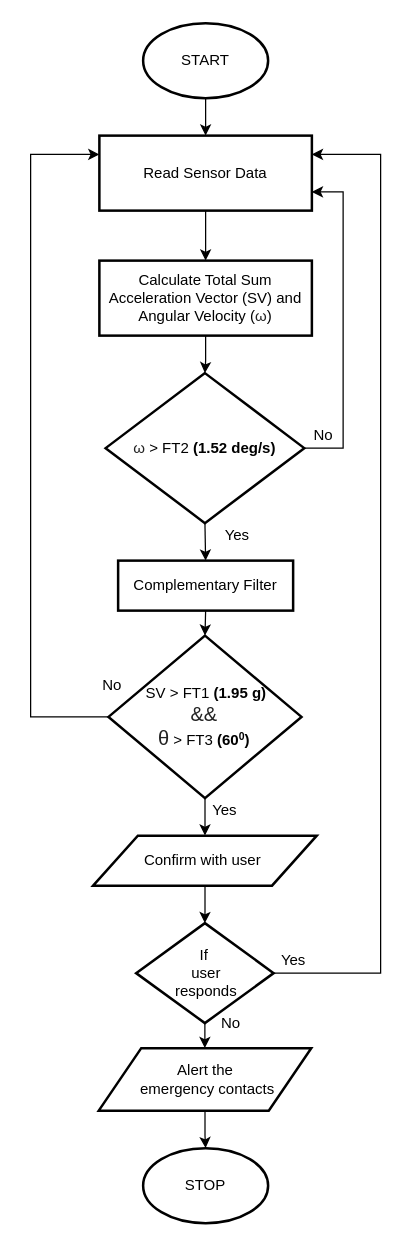
The draw.io diagram Documents/Design/Flowchart/Flowchart_v3.drawio in bhatvineeth/FallDetectionSystem, before the edit. Source tidied: cells renumbered, new cells numbered last; positions are measured from the earlier drawing's top-left corner, leaving out a move shared by most shapes. Both pictures are drawn from the tidied source at 125%, with x=0, y=0 at pixel (30, 22).
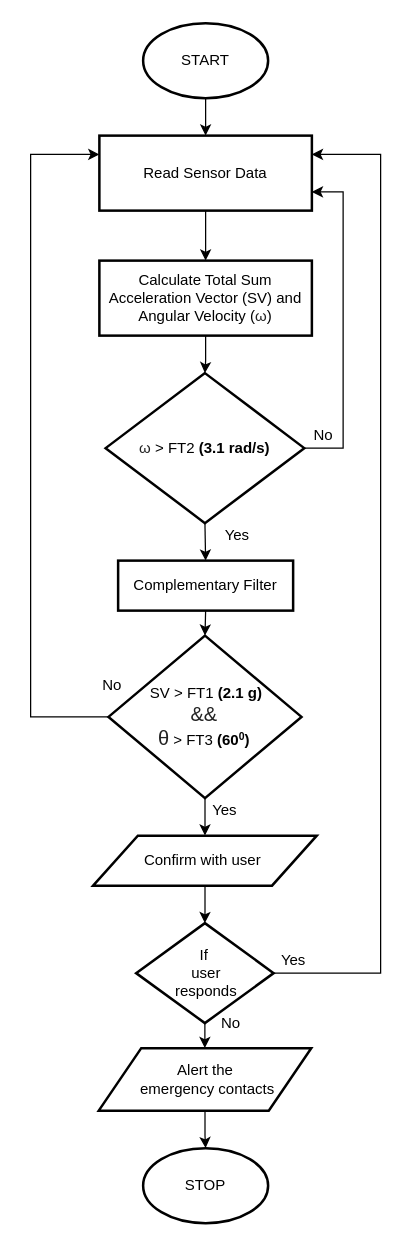
After the change.

What changed in the source:
```diff
@@
-    <mxCell id="9" value="&lt;font style=&quot;font-size: 12px&quot;&gt;&lt;span style=&quot;color: rgb(34 , 34 , 34) ; font-family: &amp;#34;arial&amp;#34; , sans-serif ; text-align: left ; background-color: rgb(255 , 255 , 255)&quot;&gt;ω&lt;/span&gt;&lt;span style=&quot;font-family: &amp;#34;helvetica&amp;#34;&quot;&gt;&amp;nbsp;&amp;gt; FT2&amp;nbsp;&lt;b&gt;(1.52 deg/s)&lt;/b&gt;&lt;/span&gt;&lt;/font&gt;" style="rhombus;whiteSpace=wrap;html=1;strokeWidth=2;" parent="1" vertex="1">
+    <mxCell id="9" value="&lt;font style=&quot;font-size: 12px&quot;&gt;&lt;span style=&quot;color: rgb(34 , 34 , 34) ; font-family: &amp;#34;arial&amp;#34; , sans-serif ; text-align: left ; background-color: rgb(255 , 255 , 255)&quot;&gt;ω&lt;/span&gt;&lt;span style=&quot;font-family: &amp;#34;helvetica&amp;#34;&quot;&gt;&amp;nbsp;&amp;gt; FT2&amp;nbsp;&lt;b&gt;(3.1 rad/s)&lt;/b&gt;&lt;/span&gt;&lt;/font&gt;" style="rhombus;whiteSpace=wrap;html=1;strokeWidth=2;" parent="1" vertex="1">
       <mxGeometry x="60" y="280" width="158.9" height="120" as="geometry" />
     </mxCell>
@@
-    <mxCell id="12" value="&amp;nbsp;SV &amp;gt; FT1&amp;nbsp;&lt;b&gt;(1.95 g)&lt;/b&gt;&lt;br&gt;&lt;span style=&quot;color: rgb(34 , 34 , 34) ; font-family: &amp;#34;arial&amp;#34; , sans-serif ; font-size: 16px ; text-align: left ; background-color: rgb(255 , 255 , 255)&quot;&gt;&amp;amp;&amp;amp;&lt;br&gt;θ&lt;/span&gt;&amp;nbsp;&amp;gt; FT3&amp;nbsp;&lt;b&gt;(60&lt;span style=&quot;font-size: 10px&quot;&gt;&lt;sup&gt;0&lt;/sup&gt;&lt;/span&gt;)&lt;/b&gt;" style="rhombus;whiteSpace=wrap;html=1;strokeWidth=2;" parent="1" vertex="1">
+    <mxCell id="12" value="&amp;nbsp;SV &amp;gt; FT1&amp;nbsp;&lt;b&gt;(2.1 g)&lt;/b&gt;&lt;br&gt;&lt;span style=&quot;color: rgb(34 , 34 , 34) ; font-family: &amp;#34;arial&amp;#34; , sans-serif ; font-size: 16px ; text-align: left ; background-color: rgb(255 , 255 , 255)&quot;&gt;&amp;amp;&amp;amp;&lt;br&gt;θ&lt;/span&gt;&amp;nbsp;&amp;gt; FT3&amp;nbsp;&lt;b&gt;(60&lt;span style=&quot;font-size: 10px&quot;&gt;&lt;sup&gt;0&lt;/sup&gt;&lt;/span&gt;)&lt;/b&gt;" style="rhombus;whiteSpace=wrap;html=1;strokeWidth=2;" parent="1" vertex="1">
       <mxGeometry x="62.3" y="490" width="154.4" height="130" as="geometry" />
     </mxCell>
```
